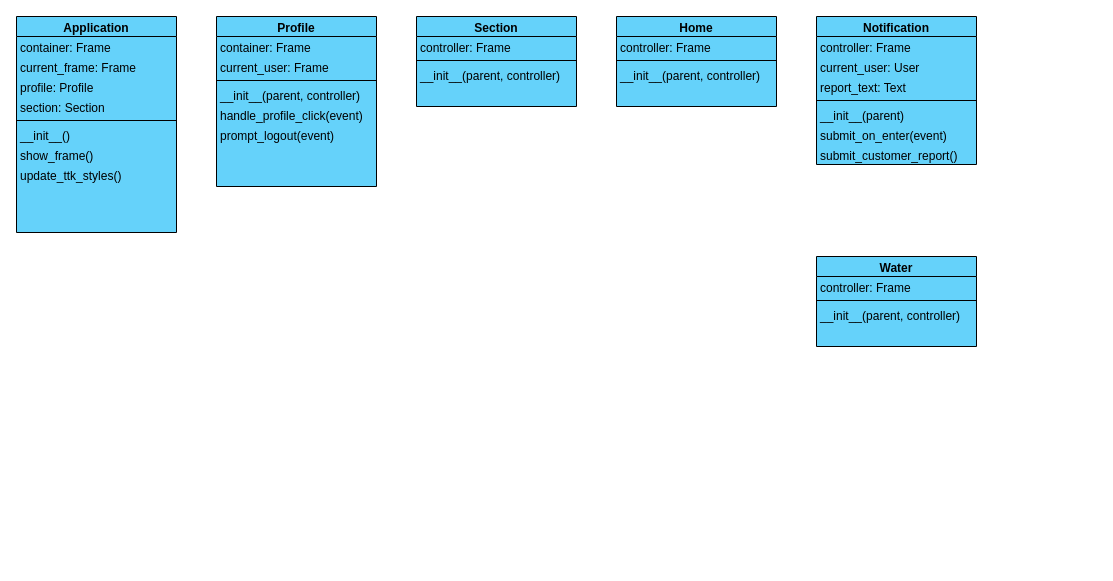
Before: Team HYDR-8 (Frontend UML Class Diagram).drawio.drawio in team-hydr8/class_diagrams, a draw.io diagram. Source tidied: cells renumbered, new cells numbered last; positions are measured from the earlier drawing's top-left corner, leaving out a move shared by most shapes. Both pictures are drawn from the tidied source at 100%, with x=0, y=0 at pixel (16, 16).
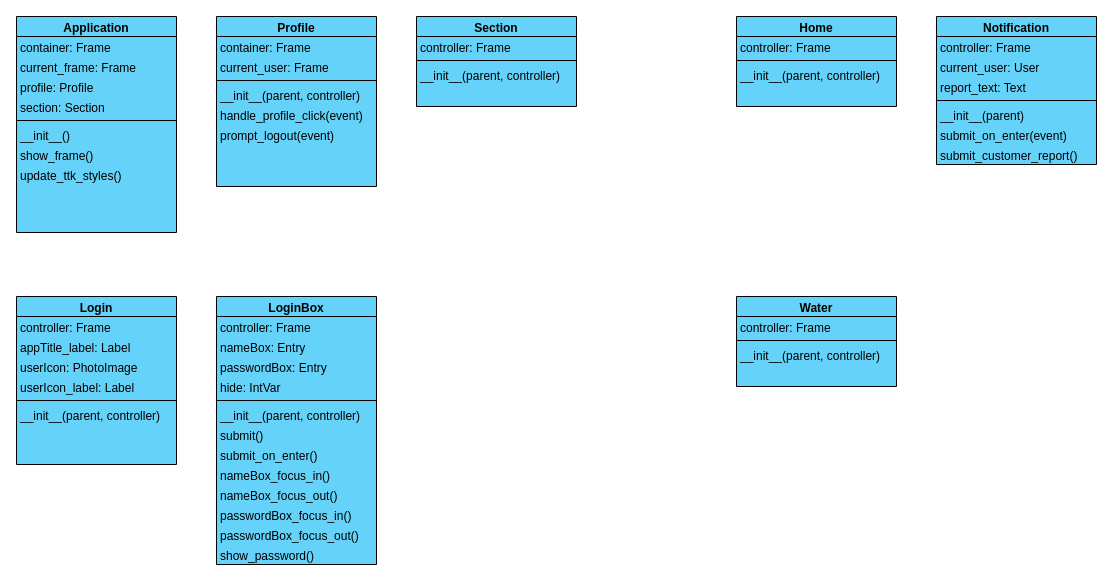
Above is the later version.

Commit message:
UML loginpage and start account page

What changed in the source:
```diff
@@
     <mxCell id="22" value="Water" style="swimlane;fontStyle=1;align=center;verticalAlign=top;horizontal=1;startSize=20;rounded=0;shadow=0;strokeWidth=1;fillColor=#65D2FA;swimlaneFillColor=#65D2FA;spacing=0;" parent="1" vertex="1">
-      <mxGeometry x="800" y="240" width="160" height="90" as="geometry" />
+      <mxGeometry x="720" y="280" width="160" height="90" as="geometry" />
     </mxCell>
@@
     <mxCell id="26" value="Home" style="swimlane;fontStyle=1;align=center;verticalAlign=top;horizontal=1;startSize=20;rounded=0;shadow=0;strokeWidth=1;fillColor=#65D2FA;swimlaneFillColor=#65D2FA;spacing=0;" parent="1" vertex="1">
-      <mxGeometry x="600" width="160" height="90" as="geometry" />
+      <mxGeometry x="720" width="160" height="90" as="geometry" />
     </mxCell>
@@
     <mxCell id="30" value="Notification" style="swimlane;fontStyle=1;align=center;verticalAlign=top;horizontal=1;startSize=20;rounded=0;shadow=0;strokeWidth=1;fillColor=#65D2FA;swimlaneFillColor=#65D2FA;spacing=0;" parent="1" vertex="1">
-      <mxGeometry x="800" width="160" height="148" as="geometry" />
+      <mxGeometry x="920" width="160" height="148" as="geometry" />
     </mxCell>
@@
+    <mxCell id="38" value="Login" style="swimlane;fontStyle=1;align=center;verticalAlign=top;horizontal=1;startSize=20;rounded=0;shadow=0;strokeWidth=1;fillColor=#65D2FA;swimlaneFillColor=#65D2FA;spacing=0;" parent="1" vertex="1">
+      <mxGeometry y="280" width="160" height="168" as="geometry" />
+    </mxCell>
+    <mxCell id="39" value="controller: Frame" style="text;align=left;verticalAlign=top;spacingLeft=4;spacingRight=4;overflow=hidden;rounded=0;shadow=0;html=0;fillColor=none;spacing=0;" parent="38" vertex="1">
+      <mxGeometry y="20" width="160" height="20" as="geometry" />
+    </mxCell>
+    <mxCell id="40" value="appTitle_label: Label" style="text;align=left;verticalAlign=top;spacingLeft=4;spacingRight=4;overflow=hidden;rounded=0;shadow=0;html=0;fillColor=none;spacing=0;" parent="38" vertex="1">
+      <mxGeometry y="40" width="160" height="20" as="geometry" />
+    </mxCell>
+    <mxCell id="41" value="userIcon: PhotoImage" style="text;align=left;verticalAlign=top;spacingLeft=4;spacingRight=4;overflow=hidden;rounded=0;shadow=0;html=0;fillColor=none;spacing=0;" parent="38" vertex="1">
+      <mxGeometry y="60" width="160" height="20" as="geometry" />
+    </mxCell>
+    <mxCell id="42" value="userIcon_label: Label" style="text;align=left;verticalAlign=top;spacingLeft=4;spacingRight=4;overflow=hidden;rounded=0;shadow=0;html=0;fillColor=none;spacing=0;" parent="38" vertex="1">
+      <mxGeometry y="80" width="160" height="20" as="geometry" />
+    </mxCell>
+    <mxCell id="43" style="line;html=1;strokeWidth=1;align=left;verticalAlign=middle;spacingTop=-1;spacingLeft=3;spacingRight=3;labelPosition=right;fillColor=#65D2FA;" parent="38" vertex="1">
+      <mxGeometry y="100" width="160" height="8" as="geometry" />
+    </mxCell>
+    <mxCell id="44" value="__init__(parent, controller)" style="text;align=left;verticalAlign=top;spacingLeft=4;spacingRight=4;overflow=hidden;fillColor=none;spacing=0;" parent="38" vertex="1">
+      <mxGeometry y="108" width="160" height="20" as="geometry" />
+    </mxCell>
+    <mxCell id="45" value="LoginBox" style="swimlane;fontStyle=1;align=center;verticalAlign=top;horizontal=1;startSize=20;rounded=0;shadow=0;strokeWidth=1;fillColor=#65D2FA;swimlaneFillColor=#65D2FA;spacing=0;" parent="1" vertex="1">
+      <mxGeometry x="200" y="280" width="160" height="268" as="geometry" />
+    </mxCell>
+    <mxCell id="46" value="controller: Frame" style="text;align=left;verticalAlign=top;spacingLeft=4;spacingRight=4;overflow=hidden;rounded=0;shadow=0;html=0;fillColor=none;spacing=0;" parent="45" vertex="1">
+      <mxGeometry y="20" width="160" height="20" as="geometry" />
+    </mxCell>
+    <mxCell id="47" value="nameBox: Entry" style="text;align=left;verticalAlign=top;spacingLeft=4;spacingRight=4;overflow=hidden;rounded=0;shadow=0;html=0;fillColor=none;spacing=0;" parent="45" vertex="1">
+      <mxGeometry y="40" width="160" height="20" as="geometry" />
+    </mxCell>
+    <mxCell id="48" value="passwordBox: Entry" style="text;align=left;verticalAlign=top;spacingLeft=4;spacingRight=4;overflow=hidden;rounded=0;shadow=0;html=0;fillColor=none;spacing=0;" parent="45" vertex="1">
+      <mxGeometry y="60" width="160" height="20" as="geometry" />
+    </mxCell>
+    <mxCell id="49" value="hide: IntVar" style="text;align=left;verticalAlign=top;spacingLeft=4;spacingRight=4;overflow=hidden;rounded=0;shadow=0;html=0;fillColor=none;spacing=0;" parent="45" vertex="1">
+      <mxGeometry y="80" width="160" height="20" as="geometry" />
+    </mxCell>
+    <mxCell id="50" style="line;html=1;strokeWidth=1;align=left;verticalAlign=middle;spacingTop=-1;spacingLeft=3;spacingRight=3;labelPosition=right;fillColor=#65D2FA;" parent="45" vertex="1">
+      <mxGeometry y="100" width="160" height="8" as="geometry" />
+    </mxCell>
+    <mxCell id="51" value="__init__(parent, controller)" style="text;align=left;verticalAlign=top;spacingLeft=4;spacingRight=4;overflow=hidden;fillColor=none;spacing=0;" parent="45" vertex="1">
+      <mxGeometry y="108" width="160" height="20" as="geometry" />
+    </mxCell>
+    <mxCell id="52" value="submit()" style="text;align=left;verticalAlign=top;spacingLeft=4;spacingRight=4;overflow=hidden;fillColor=none;spacing=0;" parent="45" vertex="1">
+      <mxGeometry y="128" width="160" height="20" as="geometry" />
+    </mxCell>
+    <mxCell id="53" value="submit_on_enter()" style="text;align=left;verticalAlign=top;spacingLeft=4;spacingRight=4;overflow=hidden;fillColor=none;spacing=0;" parent="45" vertex="1">
+      <mxGeometry y="148" width="160" height="20" as="geometry" />
+    </mxCell>
+    <mxCell id="54" value="nameBox_focus_in()" style="text;align=left;verticalAlign=top;spacingLeft=4;spacingRight=4;overflow=hidden;fillColor=none;spacing=0;" parent="45" vertex="1">
+      <mxGeometry y="168" width="160" height="20" as="geometry" />
+    </mxCell>
+    <mxCell id="55" value="nameBox_focus_out()" style="text;align=left;verticalAlign=top;spacingLeft=4;spacingRight=4;overflow=hidden;fillColor=none;spacing=0;" parent="45" vertex="1">
+      <mxGeometry y="188" width="160" height="20" as="geometry" />
+    </mxCell>
+    <mxCell id="56" value="passwordBox_focus_in()" style="text;align=left;verticalAlign=top;spacingLeft=4;spacingRight=4;overflow=hidden;fillColor=none;spacing=0;" parent="45" vertex="1">
+      <mxGeometry y="208" width="160" height="20" as="geometry" />
+    </mxCell>
+    <mxCell id="57" value="passwordBox_focus_out()" style="text;align=left;verticalAlign=top;spacingLeft=4;spacingRight=4;overflow=hidden;fillColor=none;spacing=0;" parent="45" vertex="1">
+      <mxGeometry y="228" width="160" height="20" as="geometry" />
+    </mxCell>
+    <mxCell id="58" value="show_password()" style="text;align=left;verticalAlign=top;spacingLeft=4;spacingRight=4;overflow=hidden;fillColor=none;spacing=0;" parent="45" vertex="1">
+      <mxGeometry y="248" width="160" height="20" as="geometry" />
+    </mxCell>
```
